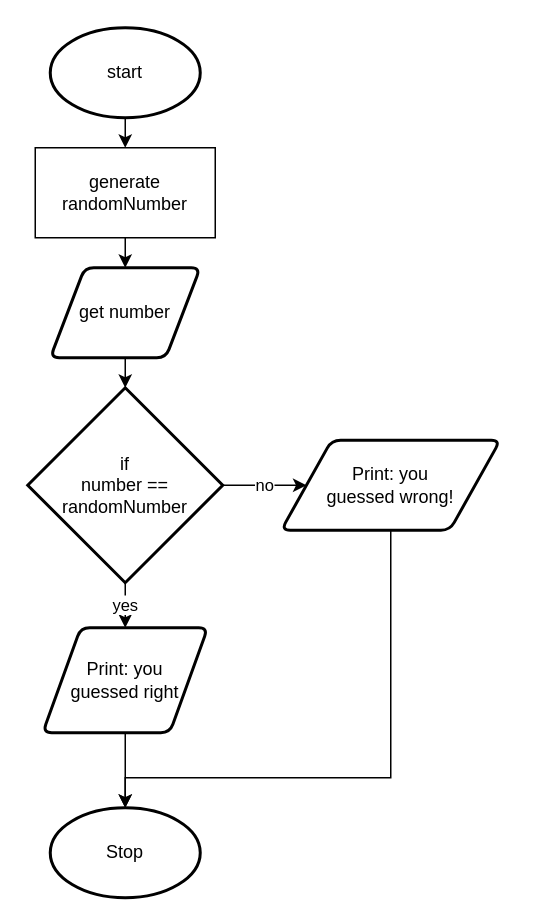
Earlier version of the draw.io diagram .flowchart.drawio (Miguel-Santacruz/ICS3U-Unit3-03-Python). Source tidied: cells renumbered, new cells numbered last; positions are measured from the earlier drawing's top-left corner, leaving out a move shared by most shapes. Both pictures are drawn from the tidied source at 150%, with x=0, y=0 at pixel (27, 27).
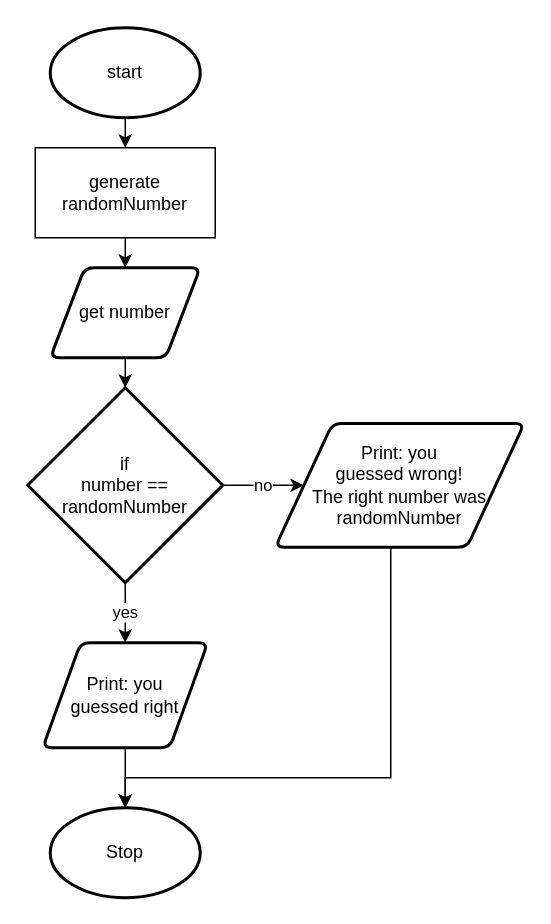
Above is the later version.

The edit, as a diff of the source:
```diff
@@
 <mxGraphModel>
   <root>
     <mxCell id="0" />
     <mxCell id="1" parent="0" />
     <mxCell id="2" style="edgeStyle=none;html=1;exitX=0.5;exitY=1;exitDx=0;exitDy=0;exitPerimeter=0;entryX=0.5;entryY=0;entryDx=0;entryDy=0;" parent="1" edge="1" source="3" target="5">
       <mxGeometry relative="1" as="geometry" />
     </mxCell>
     <mxCell id="3" value="start" style="strokeWidth=2;html=1;shape=mxgraph.flowchart.start_1;whiteSpace=wrap;" parent="1" vertex="1">
       <mxGeometry x="15" width="100" height="60" as="geometry" />
     </mxCell>
     <mxCell id="4" style="edgeStyle=none;html=1;exitX=0.5;exitY=1;exitDx=0;exitDy=0;entryX=0.5;entryY=0;entryDx=0;entryDy=0;" parent="1" edge="1" source="5" target="7">
       <mxGeometry relative="1" as="geometry" />
     </mxCell>
     <mxCell id="5" value="generate randomNumber" style="rounded=0;whiteSpace=wrap;html=1;" parent="1" vertex="1">
       <mxGeometry x="5" y="80" width="120" height="60" as="geometry" />
     </mxCell>
     <mxCell id="6" style="edgeStyle=none;html=1;exitX=0.5;exitY=1;exitDx=0;exitDy=0;entryX=0.5;entryY=0;entryDx=0;entryDy=0;entryPerimeter=0;" parent="1" edge="1" source="7" target="10">
       <mxGeometry relative="1" as="geometry" />
     </mxCell>
     <mxCell id="7" value="get number" style="shape=parallelogram;html=1;strokeWidth=2;perimeter=parallelogramPerimeter;whiteSpace=wrap;rounded=1;arcSize=12;size=0.23;" parent="1" vertex="1">
       <mxGeometry x="15" y="160" width="100" height="60" as="geometry" />
     </mxCell>
     <mxCell id="8" value="no" style="edgeStyle=none;html=1;exitX=1;exitY=0.5;exitDx=0;exitDy=0;exitPerimeter=0;entryX=0;entryY=0.5;entryDx=0;entryDy=0;" parent="1" edge="1" source="10" target="12">
       <mxGeometry relative="1" as="geometry" />
     </mxCell>
     <mxCell id="9" value="yes" style="edgeStyle=none;html=1;exitX=0.5;exitY=1;exitDx=0;exitDy=0;exitPerimeter=0;entryX=0.5;entryY=0;entryDx=0;entryDy=0;" parent="1" edge="1" source="10" target="14">
       <mxGeometry relative="1" as="geometry" />
     </mxCell>
     <mxCell id="10" value="if&lt;br&gt;number == randomNumber" style="strokeWidth=2;html=1;shape=mxgraph.flowchart.decision;whiteSpace=wrap;" parent="1" vertex="1">
       <mxGeometry y="240" width="130" height="130" as="geometry" />
     </mxCell>
     <mxCell id="11" style="edgeStyle=orthogonalEdgeStyle;html=1;exitX=0.5;exitY=1;exitDx=0;exitDy=0;entryX=0.5;entryY=0;entryDx=0;entryDy=0;entryPerimeter=0;strokeColor=default;rounded=0;" parent="1" edge="1" source="12" target="15">
       <mxGeometry relative="1" as="geometry">
         <Array as="points">
           <mxPoint x="242" y="500" />
           <mxPoint x="65" y="500" />
         </Array>
       </mxGeometry>
     </mxCell>
-    <mxCell id="12" value="Print: you &lt;br&gt;guessed wrong!" style="shape=parallelogram;html=1;strokeWidth=2;perimeter=parallelogramPerimeter;whiteSpace=wrap;rounded=1;arcSize=12;size=0.23;" parent="1" vertex="1">
-      <mxGeometry x="169" y="275" width="146" height="60" as="geometry" />
+    <mxCell id="12" value="Print: you &lt;br&gt;guessed wrong!&lt;br&gt;The right number was randomNumber" style="shape=parallelogram;html=1;strokeWidth=2;perimeter=parallelogramPerimeter;whiteSpace=wrap;rounded=1;arcSize=12;size=0.23;" parent="1" vertex="1">
+      <mxGeometry x="165" y="263.8" width="166" height="82.5" as="geometry" />
     </mxCell>
     <mxCell id="13" style="edgeStyle=none;html=1;exitX=0.5;exitY=1;exitDx=0;exitDy=0;" parent="1" edge="1" source="14">
       <mxGeometry relative="1" as="geometry">
         <mxPoint x="65" y="520" as="targetPoint" />
       </mxGeometry>
     </mxCell>
     <mxCell id="14" value="Print: you &lt;br&gt;guessed right" style="shape=parallelogram;html=1;strokeWidth=2;perimeter=parallelogramPerimeter;whiteSpace=wrap;rounded=1;arcSize=12;size=0.23;" parent="1" vertex="1">
-      <mxGeometry x="10" y="400" width="110" height="70" as="geometry" />
+      <mxGeometry x="10" y="410" width="110" height="70" as="geometry" />
     </mxCell>
     <mxCell id="15" value="Stop" style="strokeWidth=2;html=1;shape=mxgraph.flowchart.start_1;whiteSpace=wrap;" parent="1" vertex="1">
       <mxGeometry x="15" y="520" width="100" height="60" as="geometry" />
     </mxCell>
   </root>
 </mxGraphModel>
```
